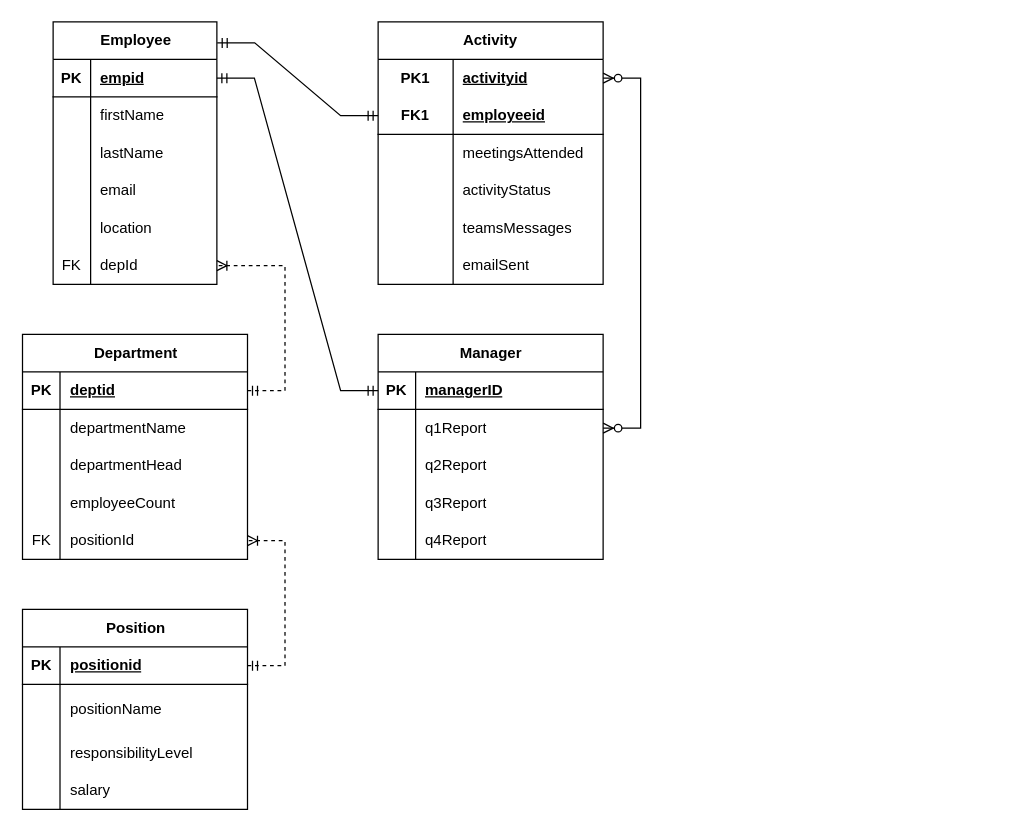
This is Untitled Diagram.drawio from ElleCrowe/EntityRelationshipDiagram, a draw.io file, before an edit. Source tidied: cells renumbered, new cells numbered last; positions are measured from the earlier drawing's top-left corner, leaving out a move shared by most shapes. Both pictures are drawn from the tidied source at 125%, with x=0, y=0 at pixel (22, 21).
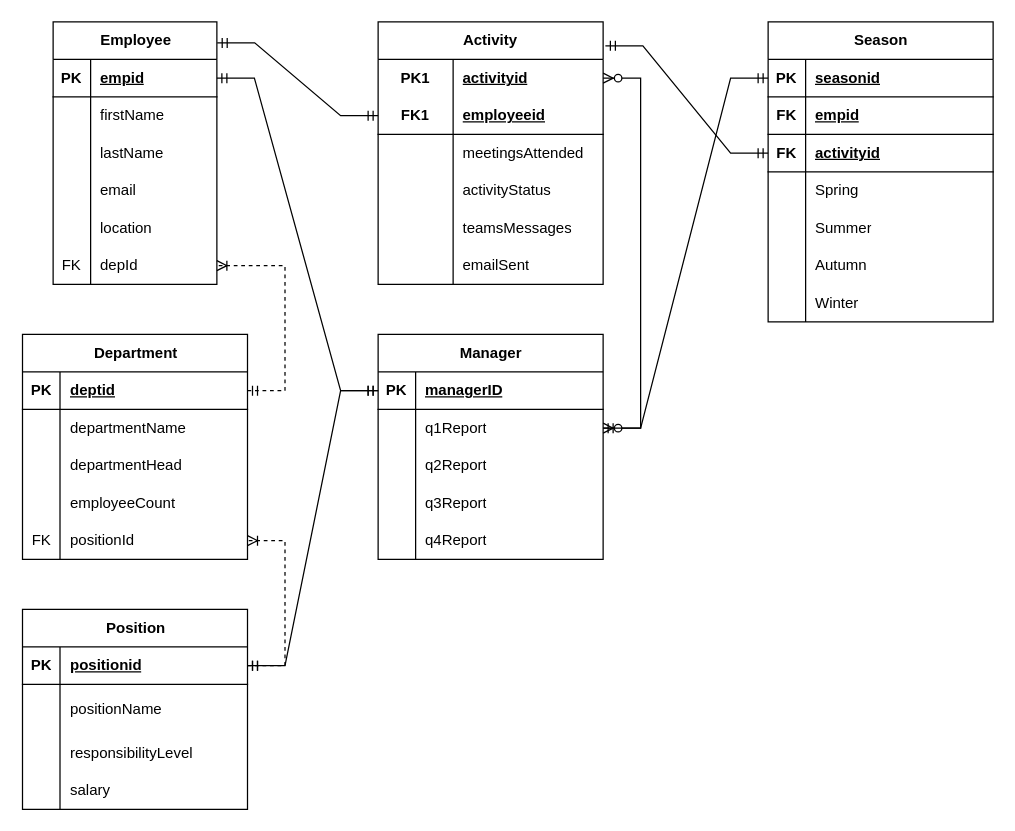
The same diagram, later.

The change refers to these unchanged cells:
```xml
<mxCell id="39" style="shape=tableRow;horizontal=0;startSize=0;swimlaneHead=0;swimlaneBody=0;fillColor=none;points=[[0,0.5],[1,0.5]];portConstraint=eastwest;top=0;left=0;right=0;bottom=1;" parent="38" vertex="1">
  <mxGeometry y="30" width="180" height="30" as="geometry" />
</mxCell>
<mxCell id="52" value="Activity" style="shape=table;startSize=30;childLayout=tableLayout;rowLines=0;fontStyle=1;align=center;html=1;whiteSpace=wrap;" parent="1" vertex="1">
  <mxGeometry x="284" width="180" height="210" as="geometry" />
</mxCell>
<mxCell id="73" style="shape=tableRow;horizontal=0;startSize=0;swimlaneHead=0;swimlaneBody=0;fillColor=none;points=[[0,0.5],[1,0.5]];portConstraint=eastwest;top=0;left=0;right=0;bottom=1;" parent="72" vertex="1">
  <mxGeometry y="30" width="180" height="30" as="geometry" />
</mxCell>
<mxCell id="76" style="shape=tableRow;horizontal=0;startSize=0;swimlaneHead=0;swimlaneBody=0;fillColor=none;points=[[0,0.5],[1,0.5]];portConstraint=eastwest;top=0;left=0;right=0;bottom=0;" parent="72" vertex="1">
  <mxGeometry y="60" width="180" height="30" as="geometry" />
</mxCell>
```

The edit, as a diff of the source:
```diff
@@
+    <mxCell id="90" value="Season" style="shape=table;startSize=30;childLayout=tableLayout;rowLines=0;fontStyle=1;align=center;html=1;" parent="1" vertex="1">
+      <mxGeometry x="596" width="180" height="240" as="geometry" />
+    </mxCell>
+    <mxCell id="91" style="shape=tableRow;horizontal=0;startSize=0;swimlaneHead=0;swimlaneBody=0;fillColor=none;points=[[0,0.5],[1,0.5]];portConstraint=eastwest;top=0;left=0;right=0;bottom=1;" parent="90" vertex="1">
+      <mxGeometry y="30" width="180" height="30" as="geometry" />
+    </mxCell>
+    <mxCell id="92" value="PK" style="shape=partialRectangle;fillColor=none;top=0;left=0;bottom=0;right=0;fontStyle=1;overflow=hidden;whiteSpace=wrap;html=1;" parent="91" vertex="1">
+      <mxGeometry width="30" height="30" as="geometry" />
+    </mxCell>
+    <mxCell id="93" value="seasonid" style="shape=partialRectangle;fillColor=none;top=0;left=0;bottom=0;right=0;align=left;spacingLeft=6;fontStyle=5;overflow=hidden;whiteSpace=wrap;html=1;" parent="91" vertex="1">
+      <mxGeometry x="30" width="150" height="30" as="geometry" />
+    </mxCell>
+    <mxCell id="94" style="shape=tableRow;horizontal=0;startSize=0;swimlaneHead=0;swimlaneBody=0;fillColor=none;top=0;left=0;right=0;bottom=1;" parent="90" vertex="1">
+      <mxGeometry y="60" width="180" height="30" as="geometry" />
+    </mxCell>
+    <mxCell id="95" value="FK" style="shape=partialRectangle;fillColor=none;top=0;left=0;bottom=0;right=0;fontStyle=1;overflow=hidden;whiteSpace=wrap;html=1;" parent="94" vertex="1">
+      <mxGeometry width="30" height="30" as="geometry" />
+    </mxCell>
+    <mxCell id="96" value="empid" style="shape=partialRectangle;fillColor=none;top=0;left=0;bottom=0;right=0;align=left;spacingLeft=6;fontStyle=5;overflow=hidden;whiteSpace=wrap;html=1;" parent="94" vertex="1">
+      <mxGeometry x="30" width="150" height="30" as="geometry" />
+    </mxCell>
+    <mxCell id="97" style="shape=tableRow;horizontal=0;startSize=0;swimlaneHead=0;swimlaneBody=0;fillColor=none;points=[[0,0.5],[1,0.5]];portConstraint=eastwest;top=0;left=0;right=0;bottom=1;" parent="90" vertex="1">
+      <mxGeometry y="90" width="180" height="30" as="geometry" />
+    </mxCell>
+    <mxCell id="98" value="FK" style="shape=partialRectangle;fillColor=none;top=0;left=0;bottom=0;right=0;fontStyle=1;overflow=hidden;whiteSpace=wrap;html=1;" parent="97" vertex="1">
+      <mxGeometry width="30" height="30" as="geometry" />
+    </mxCell>
+    <mxCell id="99" value="activityid" style="shape=partialRectangle;fillColor=none;top=0;left=0;bottom=0;right=0;align=left;spacingLeft=6;fontStyle=5;overflow=hidden;whiteSpace=wrap;html=1;" parent="97" vertex="1">
+      <mxGeometry x="30" width="150" height="30" as="geometry" />
+    </mxCell>
+    <mxCell id="100" style="shape=tableRow;horizontal=0;startSize=0;swimlaneHead=0;swimlaneBody=0;fillColor=none;top=0;left=0;right=0;bottom=0;" parent="90" vertex="1">
+      <mxGeometry y="120" width="180" height="30" as="geometry" />
+    </mxCell>
+    <mxCell id="101" style="shape=partialRectangle;fillColor=none;top=0;left=0;bottom=0;right=0;overflow=hidden;whiteSpace=wrap;html=1;" parent="100" vertex="1">
+      <mxGeometry width="30" height="30" as="geometry" />
+    </mxCell>
+    <mxCell id="102" value="Spring" style="shape=partialRectangle;fillColor=none;top=0;left=0;bottom=0;right=0;align=left;spacingLeft=6;overflow=hidden;whiteSpace=wrap;html=1;" parent="100" vertex="1">
+      <mxGeometry x="30" width="150" height="30" as="geometry" />
+    </mxCell>
+    <mxCell id="103" style="shape=tableRow;horizontal=0;startSize=0;swimlaneHead=0;swimlaneBody=0;fillColor=none;top=0;left=0;right=0;bottom=0;" parent="90" vertex="1">
+      <mxGeometry y="150" width="180" height="30" as="geometry" />
+    </mxCell>
+    <mxCell id="104" style="shape=partialRectangle;fillColor=none;top=0;left=0;bottom=0;right=0;overflow=hidden;whiteSpace=wrap;html=1;" parent="103" vertex="1">
+      <mxGeometry width="30" height="30" as="geometry" />
+    </mxCell>
+    <mxCell id="105" value="Summer" style="shape=partialRectangle;fillColor=none;top=0;left=0;bottom=0;right=0;align=left;spacingLeft=6;overflow=hidden;whiteSpace=wrap;html=1;" parent="103" vertex="1">
+      <mxGeometry x="30" width="150" height="30" as="geometry" />
+    </mxCell>
+    <mxCell id="106" style="shape=tableRow;horizontal=0;startSize=0;swimlaneHead=0;swimlaneBody=0;fillColor=none;top=0;left=0;right=0;bottom=0;" parent="90" vertex="1">
+      <mxGeometry y="180" width="180" height="30" as="geometry" />
+    </mxCell>
+    <mxCell id="107" style="shape=partialRectangle;fillColor=none;top=0;left=0;bottom=0;right=0;overflow=hidden;whiteSpace=wrap;html=1;" parent="106" vertex="1">
+      <mxGeometry width="30" height="30" as="geometry" />
+    </mxCell>
+    <mxCell id="108" value="Autumn&amp;nbsp;" style="shape=partialRectangle;fillColor=none;top=0;left=0;bottom=0;right=0;align=left;spacingLeft=6;overflow=hidden;whiteSpace=wrap;html=1;" parent="106" vertex="1">
+      <mxGeometry x="30" width="150" height="30" as="geometry" />
+    </mxCell>
+    <mxCell id="109" style="shape=tableRow;horizontal=0;startSize=0;swimlaneHead=0;swimlaneBody=0;fillColor=none;top=0;left=0;right=0;bottom=0;" parent="90" vertex="1">
+      <mxGeometry y="210" width="180" height="30" as="geometry" />
+    </mxCell>
+    <mxCell id="110" style="shape=partialRectangle;fillColor=none;top=0;left=0;bottom=0;right=0;overflow=hidden;whiteSpace=wrap;html=1;" parent="109" vertex="1">
+      <mxGeometry width="30" height="30" as="geometry" />
+    </mxCell>
+    <mxCell id="111" value="Winter" style="shape=partialRectangle;fillColor=none;top=0;left=0;bottom=0;right=0;align=left;spacingLeft=6;overflow=hidden;whiteSpace=wrap;html=1;" parent="109" vertex="1">
+      <mxGeometry x="30" width="150" height="30" as="geometry" />
+    </mxCell>
+    <mxCell id="112" style="edgeStyle=entityRelationEdgeStyle;fontSize=12;html=1;endArrow=ERmandOne;startArrow=ERmandOne;rounded=0;entryX=1.01;entryY=0.091;entryDx=0;entryDy=0;exitX=0;exitY=0.5;exitDx=0;exitDy=0;entryPerimeter=0;" parent="1" edge="1" source="97" target="52">
+      <mxGeometry relative="1" as="geometry" />
+    </mxCell>
+    <mxCell id="113" style="edgeStyle=entityRelationEdgeStyle;fontSize=12;html=1;endArrow=ERmandOne;startArrow=ERmandOne;rounded=0;entryX=0;entryY=0.5;entryDx=0;entryDy=0;exitX=1;exitY=0.5;exitDx=0;exitDy=0;" parent="1" edge="1" source="76" target="91">
+      <mxGeometry relative="1" as="geometry" />
+    </mxCell>
+    <mxCell id="114" style="edgeStyle=entityRelationEdgeStyle;fontSize=12;html=1;endArrow=ERmandOne;startArrow=ERmandOne;rounded=0;entryX=1;entryY=0.5;entryDx=0;entryDy=0;exitX=0;exitY=0.5;exitDx=0;exitDy=0;" parent="1" edge="1" source="73" target="39">
+      <mxGeometry relative="1" as="geometry" />
+    </mxCell>
```
